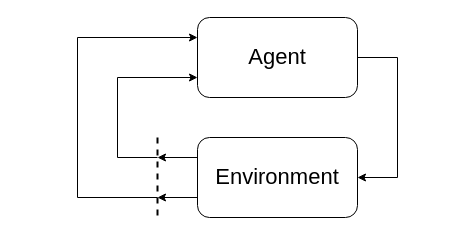
Above: agent&environment.drawio in debeetle/Drawio (draw.io), before the change. Source tidied: cells renumbered, new cells numbered last; positions are measured from the earlier drawing's top-left corner, leaving out a move shared by most shapes. Both pictures are drawn from the tidied source at 100%, with x=0, y=0 at pixel (77, 17).
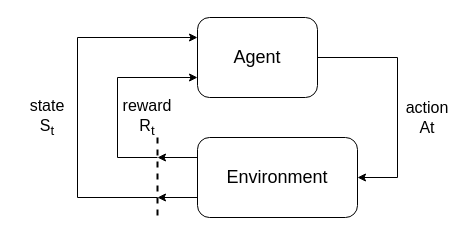
The same diagram, later.

What changed in the source:
```diff
@@
 <mxGraphModel>
   <root>
     <mxCell id="0" />
     <mxCell id="1" parent="0" />
     <mxCell id="2" style="edgeStyle=orthogonalEdgeStyle;rounded=0;jettySize=auto;html=1;exitX=1;exitY=0.5;exitDx=0;exitDy=0;entryX=1;entryY=0.5;entryDx=0;entryDy=0;" parent="1" edge="1" source="3" target="4">
       <mxGeometry relative="1" as="geometry">
         <Array as="points">
           <mxPoint x="320" y="40" />
           <mxPoint x="320" y="160" />
         </Array>
       </mxGeometry>
     </mxCell>
-    <mxCell id="3" value="&lt;font style=&quot;font-size: 22px;&quot;&gt;Agent&lt;/font&gt;" style="rounded=1;whiteSpace=wrap;html=1;" parent="1" vertex="1">
-      <mxGeometry x="120" width="160" height="80" as="geometry" />
+    <mxCell id="3" value="&lt;font style=&quot;font-size: 18px;&quot;&gt;Agent&lt;/font&gt;" style="rounded=1;whiteSpace=wrap;html=1;" parent="1" vertex="1">
+      <mxGeometry x="120" width="120" height="80" as="geometry" />
     </mxCell>
-    <mxCell id="4" value="&lt;font style=&quot;font-size: 22px;&quot;&gt;Environment&lt;/font&gt;" style="rounded=1;whiteSpace=wrap;html=1;" parent="1" vertex="1">
+    <mxCell id="4" value="&lt;font style=&quot;font-size: 18px;&quot;&gt;Environment&lt;/font&gt;" style="rounded=1;whiteSpace=wrap;html=1;" parent="1" vertex="1">
       <mxGeometry x="120" y="120" width="160" height="80" as="geometry" />
     </mxCell>
     <mxCell id="5" style="edgeStyle=orthogonalEdgeStyle;rounded=0;jettySize=auto;html=1;exitX=0.25;exitY=0.5;exitDx=0;exitDy=0;exitPerimeter=0;entryX=0;entryY=0.75;entryDx=0;entryDy=0;" parent="1" edge="1" source="7" target="3">
       <mxGeometry relative="1" as="geometry">
         <Array as="points">
           <mxPoint x="40" y="140" />
           <mxPoint x="40" y="60" />
         </Array>
       </mxGeometry>
     </mxCell>
     <mxCell id="6" style="edgeStyle=orthogonalEdgeStyle;rounded=0;jettySize=auto;html=1;exitX=0.75;exitY=0.5;exitDx=0;exitDy=0;exitPerimeter=0;entryX=0;entryY=0.25;entryDx=0;entryDy=0;" parent="1" edge="1" source="7" target="3">
       <mxGeometry relative="1" as="geometry">
         <Array as="points">
           <mxPoint y="180" />
           <mxPoint y="20" />
         </Array>
       </mxGeometry>
     </mxCell>
     <mxCell id="7" style="line;strokeWidth=2;direction=south;html=1;dashed=1;" parent="1" vertex="1">
       <mxGeometry x="75" y="120" width="10" height="80" as="geometry" />
     </mxCell>
     <mxCell id="8" style="edgeStyle=orthogonalEdgeStyle;rounded=0;jettySize=auto;html=1;exitX=0;exitY=0.25;exitDx=0;exitDy=0;entryX=0.25;entryY=0.5;entryDx=0;entryDy=0;entryPerimeter=0;" parent="1" edge="1" source="4" target="7">
       <mxGeometry relative="1" as="geometry" />
     </mxCell>
     <mxCell id="9" style="edgeStyle=orthogonalEdgeStyle;rounded=0;jettySize=auto;html=1;exitX=0;exitY=0.75;exitDx=0;exitDy=0;entryX=0.75;entryY=0.5;entryDx=0;entryDy=0;entryPerimeter=0;" parent="1" edge="1" source="4" target="7">
       <mxGeometry relative="1" as="geometry" />
     </mxCell>
+    <mxCell id="10" value="&lt;font style=&quot;font-size: 16px;&quot;&gt;reward&lt;br&gt;R&lt;sub&gt;t&lt;/sub&gt;&lt;br&gt;&lt;/font&gt;" style="text;html=1;strokeColor=none;fillColor=none;align=center;verticalAlign=middle;whiteSpace=wrap;rounded=0;" parent="1" vertex="1">
+      <mxGeometry x="40" y="80" width="60" height="40" as="geometry" />
+    </mxCell>
+    <mxCell id="11" value="&lt;font style=&quot;font-size: 16px;&quot;&gt;state&lt;br&gt;S&lt;sub&gt;t&lt;/sub&gt;&lt;br&gt;&lt;/font&gt;" style="text;html=1;strokeColor=none;fillColor=none;align=center;verticalAlign=middle;whiteSpace=wrap;rounded=0;" parent="1" vertex="1">
+      <mxGeometry x="-60" y="80" width="60" height="40" as="geometry" />
+    </mxCell>
+    <mxCell id="12" value="&lt;font style=&quot;&quot;&gt;&lt;span style=&quot;font-size: 16px;&quot;&gt;action&lt;/span&gt;&lt;br&gt;&lt;sub style=&quot;&quot;&gt;&lt;span style=&quot;font-size: 16px;&quot;&gt;At&lt;/span&gt;&lt;/sub&gt;&lt;br&gt;&lt;/font&gt;" style="text;html=1;strokeColor=none;fillColor=none;align=center;verticalAlign=middle;whiteSpace=wrap;rounded=0;" parent="1" vertex="1">
+      <mxGeometry x="320" y="80" width="60" height="40" as="geometry" />
+    </mxCell>
   </root>
 </mxGraphModel>
```
